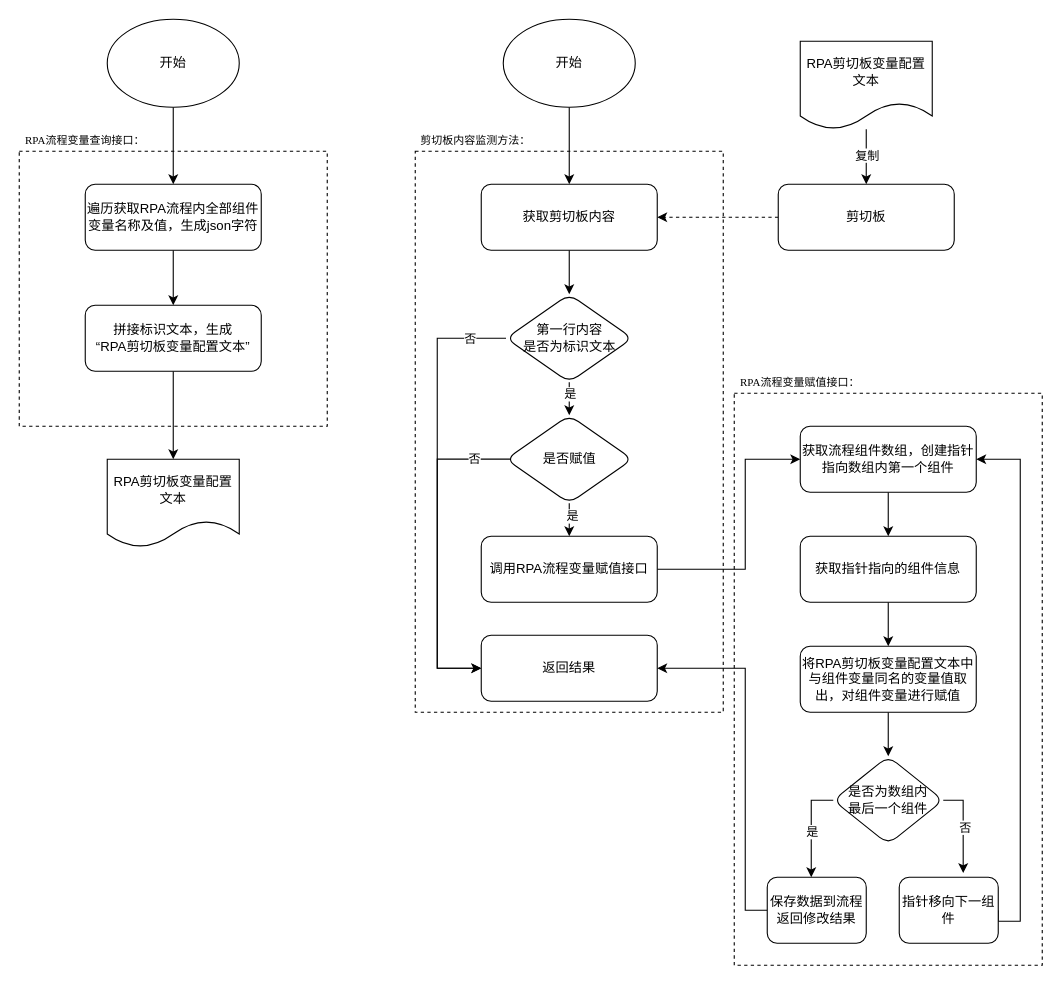
Above: 剪切板变量赋值专利发明方案图一.drawio in ColonelDarcy2018/excelsior (draw.io), before the change. Source tidied: cells renumbered, new cells numbered last; positions are measured from the earlier drawing's top-left corner, leaving out a move shared by most shapes. Both pictures are drawn from the tidied source at 110%, with x=0, y=0 at pixel (19, 19).
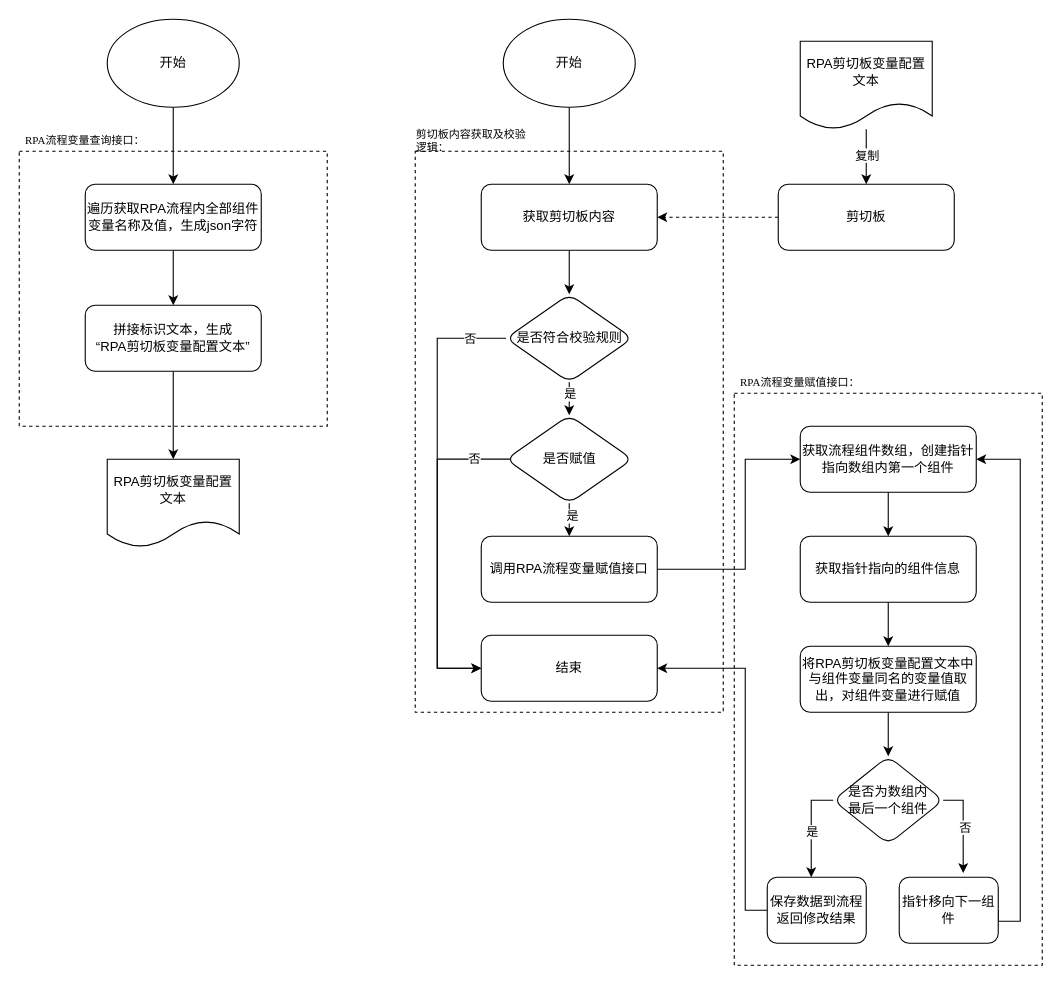
Above is the later version.

Commit message:
更新剪切板变量赋值专利发明方案图一.drawio

The edit, as a diff of the source:
```diff
@@
-    <mxCell id="20" value="&lt;p style=&quot;margin: 0pt 0pt 0.0001pt; text-align: start;&quot; class=&quot;MsoNormal&quot;&gt;&lt;font face=&quot;Times New Roman&quot;&gt;剪切板内容监测方法：&lt;/font&gt;&lt;br&gt;&lt;/p&gt;" style="text;html=1;strokeColor=none;fillColor=none;align=center;verticalAlign=middle;whiteSpace=wrap;rounded=0;fontSize=10;" parent="1" vertex="1">
+    <mxCell id="20" value="&lt;p style=&quot;margin: 0pt 0pt 0.0001pt; text-align: start;&quot; class=&quot;MsoNormal&quot;&gt;&lt;font face=&quot;Times New Roman&quot;&gt;剪切板内容获取及校验逻辑：&lt;/font&gt;&lt;br&gt;&lt;/p&gt;" style="text;html=1;strokeColor=none;fillColor=none;align=center;verticalAlign=middle;whiteSpace=wrap;rounded=0;fontSize=10;" parent="1" vertex="1">
       <mxGeometry x="360" y="100" width="110" height="20" as="geometry" />
     </mxCell>
@@
-    <mxCell id="27" value="第一行内容&lt;br&gt;是否为标识文本" style="rhombus;whiteSpace=wrap;html=1;rounded=1;" parent="1" vertex="1">
+    <mxCell id="27" value="是否符合校验规则" style="rhombus;whiteSpace=wrap;html=1;rounded=1;" parent="1" vertex="1">
       <mxGeometry x="442.5" y="250" width="115" height="80" as="geometry" />
     </mxCell>
@@
-    <mxCell id="49" value="返回结果" style="rounded=1;whiteSpace=wrap;html=1;" parent="1" vertex="1">
+    <mxCell id="49" value="结束" style="rounded=1;whiteSpace=wrap;html=1;" parent="1" vertex="1">
       <mxGeometry x="420" y="560" width="160" height="60" as="geometry" />
     </mxCell>
```
